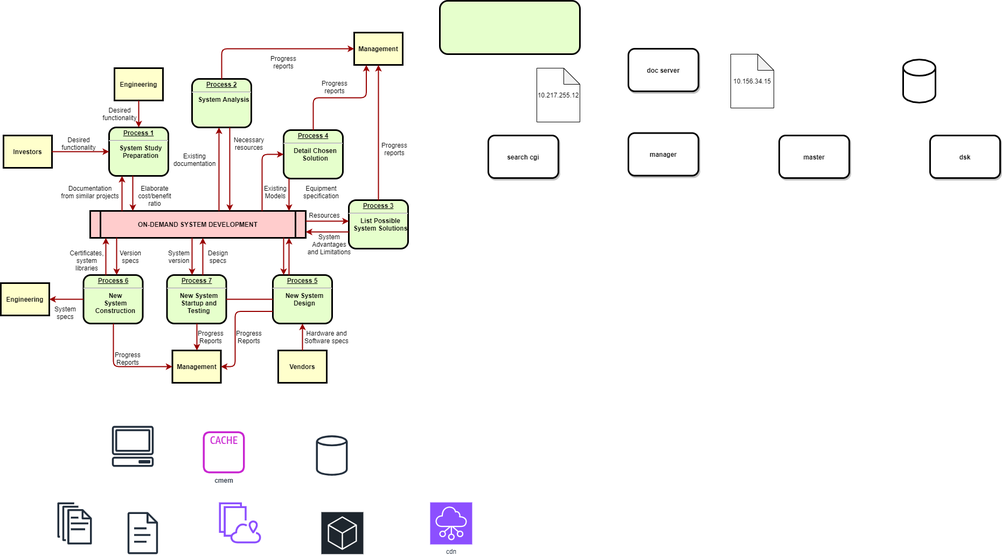
msc3000/draw.io.files keeps this draw.io diagram as yixun.search.drawio.png. Above is the earlier version. Source tidied: cells renumbered, new cells last; positions are measured from the earlier drawing's top-left corner, leaving out a move shared by most shapes.
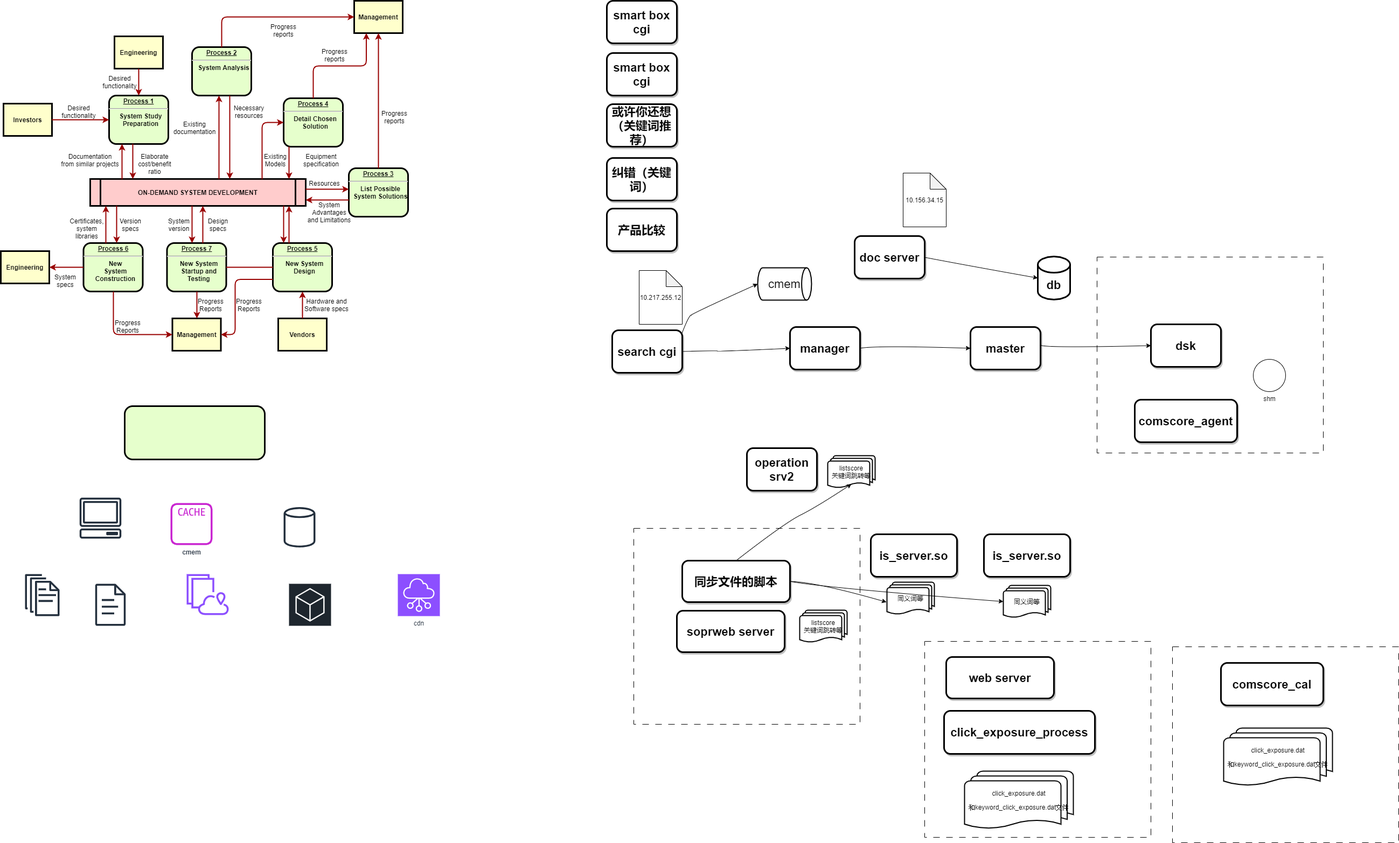
After the commit.

What changed in the source:
```diff
@@ -253,56 +253,193 @@
     <mxCell id="62" value="System&#10;version" style="text;spacingTop=-5;align=center;" parent="1" vertex="1">
       <mxGeometry x="316" y="460" width="30" height="20" as="geometry" />
     </mxCell>
-    <mxCell id="63" value="search&amp;nbsp;cgi" style="rounded=1;whiteSpace=wrap;html=1;fontStyle=1;strokeWidth=3;shadow=1;overflow=visible;" parent="1" vertex="1">
-      <mxGeometry x="905" y="250" width="130" height="79" as="geometry" />
+    <mxCell id="63" value="&lt;font style=&quot;font-size: 22px;&quot;&gt;search&amp;nbsp;cgi&lt;/font&gt;" style="rounded=1;whiteSpace=wrap;html=1;fontStyle=1;strokeWidth=3;shadow=1;overflow=visible;" parent="1" vertex="1">
+      <mxGeometry x="1135" y="671" width="130" height="79" as="geometry" />
     </mxCell>
     <mxCell id="64" value="&lt;div style=&quot;&quot;&gt;&lt;br&gt;&lt;/div&gt;&lt;div style=&quot;&quot;&gt;&lt;/div&gt;" style="verticalAlign=middle;align=center;overflow=fill;fontSize=12;fontFamily=Helvetica;html=1;rounded=1;fontStyle=1;strokeWidth=3;fillColor=#E6FFCC;strokeColor=default;" parent="1" vertex="1">
-      <mxGeometry x="815" width="260" height="99" as="geometry" />
+      <mxGeometry x="230" y="812" width="260" height="99" as="geometry" />
     </mxCell>
-    <mxCell id="65" value="manager" style="rounded=1;whiteSpace=wrap;html=1;fontStyle=1;strokeWidth=3;shadow=1;overflow=visible;" parent="1" vertex="1">
-      <mxGeometry x="1165" y="245.5" width="130" height="79" as="geometry" />
+    <mxCell id="65" value="&lt;font style=&quot;font-size: 22px;&quot;&gt;manager&lt;/font&gt;" style="rounded=1;whiteSpace=wrap;html=1;fontStyle=1;strokeWidth=3;shadow=1;overflow=visible;" parent="1" vertex="1">
+      <mxGeometry x="1465" y="665" width="130" height="79" as="geometry" />
     </mxCell>
-    <mxCell id="66" value="master" style="rounded=1;whiteSpace=wrap;html=1;fontStyle=1;strokeWidth=3;shadow=1;overflow=visible;" parent="1" vertex="1">
-      <mxGeometry x="1445" y="250" width="130" height="79" as="geometry" />
+    <mxCell id="66" value="&lt;font style=&quot;font-size: 22px;&quot;&gt;master&lt;/font&gt;" style="rounded=1;whiteSpace=wrap;html=1;fontStyle=1;strokeWidth=3;shadow=1;overflow=visible;" parent="1" vertex="1">
+      <mxGeometry x="1800" y="665" width="130" height="79" as="geometry" />
     </mxCell>
-    <mxCell id="67" value="dsk" style="rounded=1;whiteSpace=wrap;html=1;fontStyle=1;strokeWidth=3;shadow=1;overflow=visible;" parent="1" vertex="1">
-      <mxGeometry x="1725" y="250" width="130" height="79" as="geometry" />
-    </mxCell>
-    <mxCell id="68" value="doc server" style="rounded=1;whiteSpace=wrap;html=1;fontStyle=1;strokeWidth=3;shadow=1;overflow=visible;" parent="1" vertex="1">
-      <mxGeometry x="1165" y="89" width="130" height="79" as="geometry" />
+    <mxCell id="68" value="&lt;font style=&quot;font-size: 22px;&quot;&gt;doc server&lt;/font&gt;" style="rounded=1;whiteSpace=wrap;html=1;fontStyle=1;strokeWidth=3;shadow=1;overflow=visible;" parent="1" vertex="1">
+      <mxGeometry x="1585" y="496" width="130" height="79" as="geometry" />
     </mxCell>
-    <mxCell id="69" style="shape=cylinder3;whiteSpace=wrap;html=1;boundedLbl=1;backgroundOutline=1;size=15;strokeWidth=3;" parent="1" vertex="1">
-      <mxGeometry x="1675" y="109" width="60" height="80" as="geometry" />
+    <mxCell id="69" value="&lt;font size=&quot;1&quot; style=&quot;&quot;&gt;&lt;b style=&quot;font-size: 22px;&quot;&gt;db&lt;/b&gt;&lt;/font&gt;" style="shape=cylinder3;whiteSpace=wrap;html=1;boundedLbl=1;backgroundOutline=1;size=15;strokeWidth=3;" parent="1" vertex="1">
+      <mxGeometry x="1925" y="534" width="60" height="80" as="geometry" />
     </mxCell>
     <mxCell id="70" value="&lt;b&gt;cmem&lt;/b&gt;" style="sketch=0;fontColor=#232F3E;gradientColor=none;fillColor=#C925D1;strokeColor=none;dashed=0;verticalLabelPosition=bottom;verticalAlign=top;align=center;html=1;fontSize=12;fontStyle=0;shape=mxgraph.aws4.cache_node;strokeWidth=1;" parent="1" vertex="1">
-      <mxGeometry x="375" y="799" width="78" height="78" as="geometry" />
+      <mxGeometry x="315" y="992" width="78" height="78" as="geometry" />
     </mxCell>
     <mxCell id="71" style="sketch=0;fontColor=#232F3E;gradientColor=none;fillColor=#232F3D;strokeColor=none;dashed=0;verticalLabelPosition=bottom;verticalAlign=top;align=center;html=1;fontSize=12;fontStyle=0;shape=mxgraph.aws4.generic_database;" parent="1" vertex="1">
-      <mxGeometry x="585" y="805" width="59" height="78" as="geometry" />
+      <mxGeometry x="525" y="998" width="59" height="78" as="geometry" />
     </mxCell>
     <mxCell id="72" style="sketch=0;fontColor=#232F3E;gradientColor=none;fillColor=#232F3D;strokeColor=none;dashed=0;verticalLabelPosition=bottom;verticalAlign=top;align=center;html=1;fontSize=12;fontStyle=0;shape=mxgraph.aws4.document;" parent="1" vertex="1">
-      <mxGeometry x="235" y="949" width="57" height="78" as="geometry" />
+      <mxGeometry x="175" y="1142" width="57" height="78" as="geometry" />
     </mxCell>
     <mxCell id="73" style="sketch=0;fontColor=#232F3E;gradientColor=none;fillColor=#232F3D;strokeColor=none;dashed=0;verticalLabelPosition=bottom;verticalAlign=top;align=center;html=1;fontSize=12;fontStyle=0;shape=mxgraph.aws4.documents;" parent="1" vertex="1">
-      <mxGeometry x="105" y="931" width="64" height="78" as="geometry" />
+      <mxGeometry x="45" y="1124" width="64" height="78" as="geometry" />
     </mxCell>
     <mxCell id="74" style="sketch=0;fontColor=#232F3E;gradientColor=none;fillColor=#232F3D;strokeColor=none;dashed=0;verticalLabelPosition=bottom;verticalAlign=top;align=center;html=1;fontSize=12;fontStyle=0;shape=mxgraph.aws4.client;" parent="1" vertex="1">
-      <mxGeometry x="206" y="789" width="78" height="76" as="geometry" />
+      <mxGeometry x="146" y="982" width="78" height="76" as="geometry" />
     </mxCell>
     <mxCell id="75" style="sketch=0;fontColor=#232F3E;gradientColor=none;fillColor=#8C4FFF;strokeColor=none;dashed=0;verticalLabelPosition=bottom;verticalAlign=top;align=center;html=1;fontSize=12;fontStyle=0;shape=mxgraph.aws4.service;" parent="1" vertex="1">
-      <mxGeometry x="405" y="931" width="78" height="76" as="geometry" />
+      <mxGeometry x="345" y="1124" width="78" height="76" as="geometry" />
     </mxCell>
     <mxCell id="76" value="cdn" style="sketch=0;fontColor=#232F3E;fillColor=#8C4FFF;strokeColor=#ffffff;dashed=0;verticalLabelPosition=bottom;verticalAlign=top;align=center;html=1;fontSize=12;fontStyle=0;shape=mxgraph.aws4.resourceIcon;resIcon=mxgraph.aws4.networking_and_content_delivery;" parent="1" vertex="1">
-      <mxGeometry x="797" y="931" width="78" height="78" as="geometry" />
+      <mxGeometry x="737" y="1124" width="78" height="78" as="geometry" />
     </mxCell>
     <mxCell id="77" style="sketch=0;gradientDirection=north;fontColor=#232F3E;gradientColor=none;fillColor=#1E262E;strokeColor=#ffffff;dashed=0;verticalLabelPosition=bottom;verticalAlign=top;align=center;html=1;fontSize=12;fontStyle=0;shape=mxgraph.aws4.resourceIcon;resIcon=mxgraph.aws4.general;" parent="1" vertex="1">
-      <mxGeometry x="595" y="949" width="78" height="78" as="geometry" />
+      <mxGeometry x="535" y="1142" width="78" height="78" as="geometry" />
     </mxCell>
     <mxCell id="78" value="10.156.34.15" style="shape=note;whiteSpace=wrap;html=1;backgroundOutline=1;darkOpacity=0.05;" parent="1" vertex="1">
-      <mxGeometry x="1355" y="99" width="80" height="100" as="geometry" />
+      <mxGeometry x="1675" y="379" width="80" height="100" as="geometry" />
     </mxCell>
     <mxCell id="79" value="10.217.255.12" style="shape=note;whiteSpace=wrap;html=1;backgroundOutline=1;darkOpacity=0.05;" parent="1" vertex="1">
-      <mxGeometry x="995" y="125" width="80" height="100" as="geometry" />
+      <mxGeometry x="1185" y="560" width="80" height="100" as="geometry" />
     </mxCell>
+    <mxCell id="80" style="curved=1;endArrow=classic;html=1;rounded=0;entryX=0;entryY=0.5;entryDx=0;entryDy=0;exitX=1;exitY=0.5;exitDx=0;exitDy=0;" parent="1" edge="1" source="63" target="65">
+      <mxGeometry relative="1" as="geometry">
+        <Array as="points">
+          <mxPoint x="1315" y="709" />
+          <mxPoint x="1345" y="710" />
+        </Array>
+      </mxGeometry>
+    </mxCell>
+    <mxCell id="81" value="&lt;font style=&quot;font-size: 22px;&quot;&gt;cmem&lt;/font&gt;" style="strokeWidth=2;html=1;shape=mxgraph.flowchart.direct_data;whiteSpace=wrap;" parent="1" vertex="1">
+      <mxGeometry x="1405" y="555" width="100" height="60" as="geometry" />
+    </mxCell>
+    <mxCell id="82" style="curved=1;endArrow=classic;html=1;rounded=0;entryX=0;entryY=0.5;entryDx=0;entryDy=0;exitX=0.992;exitY=0.089;exitDx=0;exitDy=0;exitPerimeter=0;entryPerimeter=0;" parent="1" edge="1" source="63" target="81">
+      <mxGeometry relative="1" as="geometry">
+        <Array as="points">
+          <mxPoint x="1275" y="649" />
+          <mxPoint x="1285" y="639" />
+        </Array>
+      </mxGeometry>
+    </mxCell>
+    <mxCell id="83" style="curved=1;endArrow=classic;html=1;rounded=0;entryX=0;entryY=0.5;entryDx=0;entryDy=0;entryPerimeter=0;exitX=1;exitY=0.5;exitDx=0;exitDy=0;" parent="1" edge="1" source="68" target="69">
+      <mxGeometry relative="1" as="geometry">
+        <Array as="points">
+          <mxPoint x="1785" y="549" />
+        </Array>
+      </mxGeometry>
+    </mxCell>
+    <mxCell id="84" style="curved=1;endArrow=classic;html=1;rounded=0;exitX=1;exitY=0.5;exitDx=0;exitDy=0;entryX=0;entryY=0.5;entryDx=0;entryDy=0;" parent="1" edge="1" source="65" target="66">
+      <mxGeometry relative="1" as="geometry">
+        <Array as="points">
+          <mxPoint x="1625" y="699" />
+        </Array>
+      </mxGeometry>
+    </mxCell>
+    <mxCell id="85" value="listscore&lt;br&gt;关键词跳转等" style="strokeWidth=2;html=1;shape=mxgraph.flowchart.multi-document;whiteSpace=wrap;" parent="1" vertex="1">
+      <mxGeometry x="1535" y="904" width="88" height="60" as="geometry" />
+    </mxCell>
+    <mxCell id="86" style="rounded=0;whiteSpace=wrap;html=1;dashed=1;dashPattern=12 12;" parent="1" vertex="1">
+      <mxGeometry x="2035" y="535" width="420" height="364" as="geometry" />
+    </mxCell>
+    <mxCell id="67" value="&lt;font style=&quot;font-size: 22px;&quot;&gt;dsk&lt;/font&gt;" style="rounded=1;whiteSpace=wrap;html=1;fontStyle=1;strokeWidth=3;shadow=1;overflow=visible;" parent="1" vertex="1">
+      <mxGeometry x="2135" y="660" width="130" height="79" as="geometry" />
+    </mxCell>
+    <mxCell id="87" style="curved=1;endArrow=classic;html=1;rounded=0;exitX=1.008;exitY=0.43;exitDx=0;exitDy=0;entryX=0;entryY=0.5;entryDx=0;entryDy=0;exitPerimeter=0;" parent="1" edge="1" source="66" target="67">
+      <mxGeometry relative="1" as="geometry">
+        <Array as="points">
+          <mxPoint x="1945" y="704" />
+        </Array>
+      </mxGeometry>
+    </mxCell>
+    <mxCell id="88" value="shm" style="verticalLabelPosition=bottom;verticalAlign=top;html=1;shape=mxgraph.flowchart.on-page_reference;" parent="1" vertex="1">
+      <mxGeometry x="2325" y="725" width="60" height="60" as="geometry" />
+    </mxCell>
+    <mxCell id="89" value="&lt;span style=&quot;font-size: 22px;&quot;&gt;comscore_agent&lt;/span&gt;" style="rounded=1;whiteSpace=wrap;html=1;fontStyle=1;strokeWidth=3;shadow=1;overflow=visible;" parent="1" vertex="1">
+      <mxGeometry x="2105" y="800" width="190" height="79" as="geometry" />
+    </mxCell>
+    <mxCell id="90" value="&lt;font style=&quot;font-size: 22px;&quot;&gt;operation srv2&lt;/font&gt;" style="rounded=1;whiteSpace=wrap;html=1;fontStyle=1;strokeWidth=3;shadow=1;overflow=visible;" parent="1" vertex="1">
+      <mxGeometry x="1385" y="890" width="130" height="79" as="geometry" />
+    </mxCell>
+    <mxCell id="91" value="&lt;span style=&quot;font-size: 22px;&quot;&gt;is_server.so&lt;/span&gt;" style="rounded=1;whiteSpace=wrap;html=1;fontStyle=1;strokeWidth=3;shadow=1;overflow=visible;" parent="1" vertex="1">
+      <mxGeometry x="1615" y="1050" width="160" height="79" as="geometry" />
+    </mxCell>
+    <mxCell id="92" value="&lt;span style=&quot;font-size: 22px;&quot;&gt;is_server.so&lt;/span&gt;" style="rounded=1;whiteSpace=wrap;html=1;fontStyle=1;strokeWidth=3;shadow=1;overflow=visible;" parent="1" vertex="1">
+      <mxGeometry x="1825" y="1050" width="160" height="79" as="geometry" />
+    </mxCell>
+    <mxCell id="93" value="同义词等" style="strokeWidth=2;html=1;shape=mxgraph.flowchart.multi-document;whiteSpace=wrap;" parent="1" vertex="1">
+      <mxGeometry x="1645" y="1139" width="88" height="60" as="geometry" />
+    </mxCell>
+    <mxCell id="94" value="同义词等" style="strokeWidth=2;html=1;shape=mxgraph.flowchart.multi-document;whiteSpace=wrap;" parent="1" vertex="1">
+      <mxGeometry x="1861" y="1145" width="88" height="60" as="geometry" />
+    </mxCell>
+    <mxCell id="95" style="rounded=0;whiteSpace=wrap;html=1;dashed=1;dashPattern=12 12;" parent="1" vertex="1">
+      <mxGeometry x="1715" y="1249" width="420" height="364" as="geometry" />
+    </mxCell>
+    <mxCell id="96" value="&lt;span style=&quot;font-size: 22px;&quot;&gt;web&amp;nbsp;server&lt;/span&gt;" style="rounded=1;whiteSpace=wrap;html=1;fontStyle=1;strokeWidth=3;shadow=1;overflow=visible;" parent="1" vertex="1">
+      <mxGeometry x="1755" y="1278" width="200" height="77" as="geometry" />
+    </mxCell>
+    <mxCell id="97" value="&lt;span style=&quot;font-size: 22px;&quot;&gt;click_exposure_process&lt;/span&gt;" style="rounded=1;whiteSpace=wrap;html=1;fontStyle=1;strokeWidth=3;shadow=1;overflow=visible;" parent="1" vertex="1">
+      <mxGeometry x="1751" y="1378" width="280" height="80" as="geometry" />
+    </mxCell>
+    <mxCell id="98" value="&lt;p class=&quot;MsoNormal&quot;&gt;click_exposure.dat&lt;/p&gt;&lt;p class=&quot;MsoNormal&quot;&gt;&lt;span style=&quot;background-color: initial; font-family: 宋体;&quot;&gt;和&lt;/span&gt;&lt;span style=&quot;background-color: initial;&quot; lang=&quot;EN-US&quot;&gt;keyword_click_exposure.dat&lt;/span&gt;&lt;span style=&quot;background-color: initial; font-family: 宋体;&quot;&gt;文件&lt;/span&gt;&lt;/p&gt;&lt;p class=&quot;MsoNormal&quot;&gt;&lt;span lang=&quot;EN-US&quot;&gt;&lt;/span&gt;&lt;/p&gt;" style="strokeWidth=2;html=1;shape=mxgraph.flowchart.multi-document;whiteSpace=wrap;" parent="1" vertex="1">
+      <mxGeometry x="1789" y="1490" width="202" height="108" as="geometry" />
+    </mxCell>
+    <mxCell id="99" style="rounded=0;whiteSpace=wrap;html=1;dashed=1;dashPattern=12 12;" parent="1" vertex="1">
+      <mxGeometry x="1175" y="1039" width="420" height="364" as="geometry" />
+    </mxCell>
+    <mxCell id="100" style="curved=1;endArrow=classic;html=1;rounded=0;exitX=0.5;exitY=0;exitDx=0;exitDy=0;entryX=0.5;entryY=0.88;entryDx=0;entryDy=0;entryPerimeter=0;" parent="1" edge="1" source="104" target="85">
+      <mxGeometry relative="1" as="geometry">
+        <Array as="points">
+          <mxPoint x="1455" y="1029" />
+          <mxPoint x="1515" y="999" />
+        </Array>
+      </mxGeometry>
+    </mxCell>
+    <mxCell id="101" style="curved=1;endArrow=classic;html=1;rounded=0;exitX=1;exitY=0.5;exitDx=0;exitDy=0;entryX=-0.011;entryY=0.617;entryDx=0;entryDy=0;entryPerimeter=0;" parent="1" edge="1" source="104" target="93">
+      <mxGeometry relative="1" as="geometry">
+        <Array as="points">
+          <mxPoint x="1515" y="1139" />
+        </Array>
+      </mxGeometry>
+    </mxCell>
+    <mxCell id="102" style="curved=1;endArrow=classic;html=1;rounded=0;exitX=1;exitY=0.5;exitDx=0;exitDy=0;entryX=0;entryY=0.5;entryDx=0;entryDy=0;entryPerimeter=0;" parent="1" edge="1" source="104" target="94">
+      <mxGeometry relative="1" as="geometry">
+        <Array as="points">
+          <mxPoint x="1525" y="1149" />
+        </Array>
+      </mxGeometry>
+    </mxCell>
+    <mxCell id="103" value="&lt;span style=&quot;font-size: 22px;&quot;&gt;soprweb&amp;nbsp;server&lt;/span&gt;" style="rounded=1;whiteSpace=wrap;html=1;fontStyle=1;strokeWidth=3;shadow=1;overflow=visible;" parent="1" vertex="1">
+      <mxGeometry x="1255" y="1192" width="200" height="77" as="geometry" />
+    </mxCell>
+    <mxCell id="104" value="&lt;span style=&quot;font-size: 22px;&quot;&gt;同步文件的脚本&lt;/span&gt;" style="rounded=1;whiteSpace=wrap;html=1;fontStyle=1;strokeWidth=3;shadow=1;overflow=visible;" parent="1" vertex="1">
+      <mxGeometry x="1265" y="1099" width="200" height="77" as="geometry" />
+    </mxCell>
+    <mxCell id="105" value="listscore&lt;br&gt;关键词跳转等" style="strokeWidth=2;html=1;shape=mxgraph.flowchart.multi-document;whiteSpace=wrap;" parent="1" vertex="1">
+      <mxGeometry x="1483" y="1191" width="88" height="60" as="geometry" />
+    </mxCell>
+    <mxCell id="106" style="rounded=0;whiteSpace=wrap;html=1;dashed=1;dashPattern=12 12;" parent="1" vertex="1">
+      <mxGeometry x="2175" y="1259" width="420" height="364" as="geometry" />
+    </mxCell>
+    <mxCell id="107" value="&lt;span style=&quot;font-size: 22px;&quot;&gt;comscore_cal&lt;br&gt;&lt;/span&gt;" style="rounded=1;whiteSpace=wrap;html=1;fontStyle=1;strokeWidth=3;shadow=1;overflow=visible;" parent="1" vertex="1">
+      <mxGeometry x="2265" y="1289" width="190" height="79" as="geometry" />
+    </mxCell>
+    <mxCell id="108" value="&lt;p class=&quot;MsoNormal&quot;&gt;click_exposure.dat&lt;/p&gt;&lt;p class=&quot;MsoNormal&quot;&gt;&lt;span style=&quot;background-color: initial; font-family: 宋体;&quot;&gt;和&lt;/span&gt;&lt;span style=&quot;background-color: initial;&quot; lang=&quot;EN-US&quot;&gt;keyword_click_exposure.dat&lt;/span&gt;&lt;span style=&quot;background-color: initial; font-family: 宋体;&quot;&gt;文件&lt;/span&gt;&lt;/p&gt;&lt;p class=&quot;MsoNormal&quot;&gt;&lt;span lang=&quot;EN-US&quot;&gt;&lt;/span&gt;&lt;/p&gt;" style="strokeWidth=2;html=1;shape=mxgraph.flowchart.multi-document;whiteSpace=wrap;" parent="1" vertex="1">
+      <mxGeometry x="2270" y="1410" width="202" height="108" as="geometry" />
+    </mxCell>
+    <mxCell id="109" value="&lt;font style=&quot;font-size: 22px;&quot;&gt;smart box cgi&lt;/font&gt;" style="rounded=1;whiteSpace=wrap;html=1;fontStyle=1;strokeWidth=3;shadow=1;overflow=visible;" parent="1" vertex="1">
+      <mxGeometry x="1125" y="59" width="130" height="79" as="geometry" />
+    </mxCell>
+    <mxCell id="110" value="&lt;font style=&quot;font-size: 22px;&quot;&gt;smart box cgi&lt;/font&gt;" style="rounded=1;whiteSpace=wrap;html=1;fontStyle=1;strokeWidth=3;shadow=1;overflow=visible;" parent="1" vertex="1">
+      <mxGeometry x="1125" y="156" width="130" height="79" as="geometry" />
+    </mxCell>
+    <mxCell id="111" value="&lt;span style=&quot;font-size: 22px;&quot;&gt;或许你还想（关键词推荐）&lt;/span&gt;" style="rounded=1;whiteSpace=wrap;html=1;fontStyle=1;strokeWidth=3;shadow=1;overflow=visible;" parent="1" vertex="1">
+      <mxGeometry x="1125" y="251" width="130" height="79" as="geometry" />
+    </mxCell>
+    <mxCell id="112" value="&lt;span style=&quot;font-size: 22px;&quot;&gt;纠错（关键词）&lt;/span&gt;" style="rounded=1;whiteSpace=wrap;html=1;fontStyle=1;strokeWidth=3;shadow=1;overflow=visible;" parent="1" vertex="1">
+      <mxGeometry x="1125" y="351" width="130" height="79" as="geometry" />
+    </mxCell>
+    <mxCell id="113" value="&lt;span style=&quot;font-size: 22px;&quot;&gt;产品比较&lt;/span&gt;" style="rounded=1;whiteSpace=wrap;html=1;fontStyle=1;strokeWidth=3;shadow=1;overflow=visible;" parent="1" vertex="1">
+      <mxGeometry x="1125" y="445" width="130" height="79" as="geometry" />
+    </mxCell>
   </root>
 </mxGraphModel>
```
